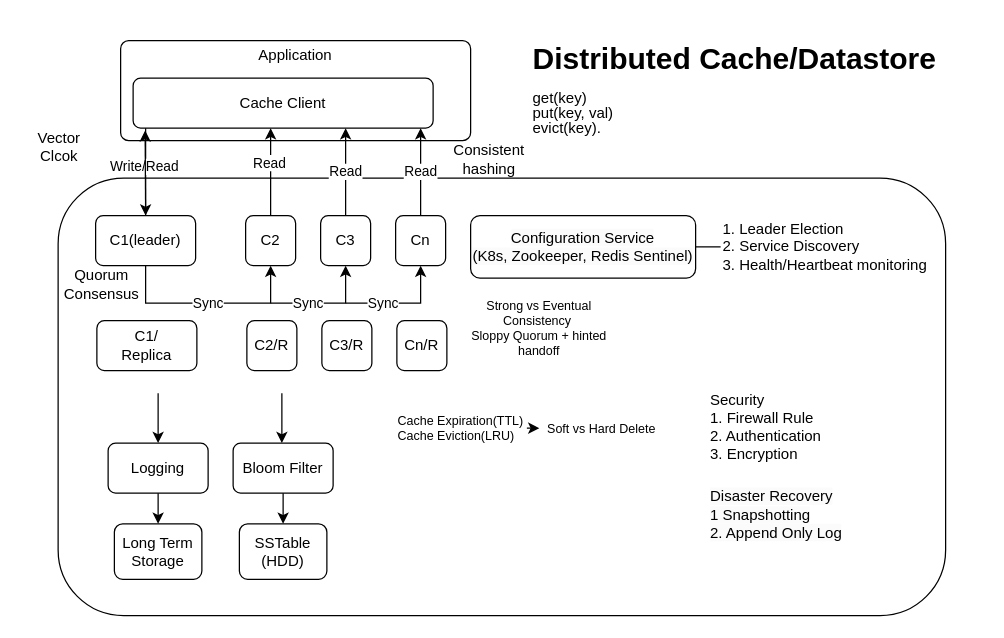
Before: Cache.drawio in xwq172677170/SysdDiagram, a draw.io diagram. Source tidied: cells renumbered, new cells numbered last; positions are measured from the earlier drawing's top-left corner, leaving out a move shared by most shapes. Both pictures are drawn from the tidied source at 125%, with x=0, y=0 at pixel (21, 34).
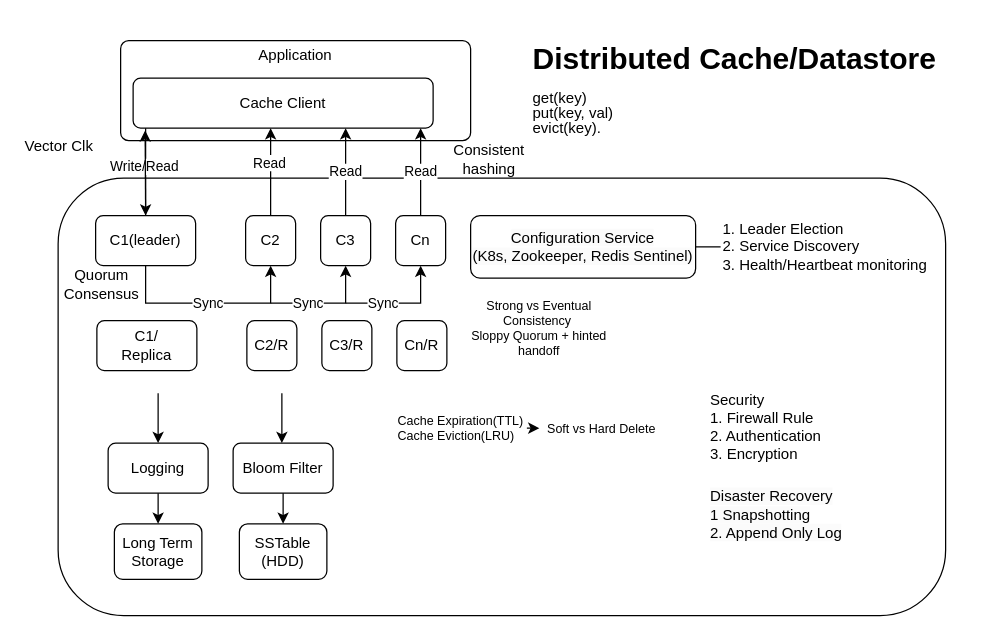
Above is the later version.

What changed in the source:
```diff
@@
-    <mxCell id="42" value="Vector Clcok" style="text;html=1;strokeColor=none;fillColor=none;align=center;verticalAlign=middle;whiteSpace=wrap;rounded=0;" parent="1" vertex="1">
+    <mxCell id="42" value="Vector Clk" style="text;html=1;strokeColor=none;fillColor=none;align=center;verticalAlign=middle;whiteSpace=wrap;rounded=0;" parent="1" vertex="1">
       <mxGeometry y="75" width="60" height="30" as="geometry" />
     </mxCell>
```
